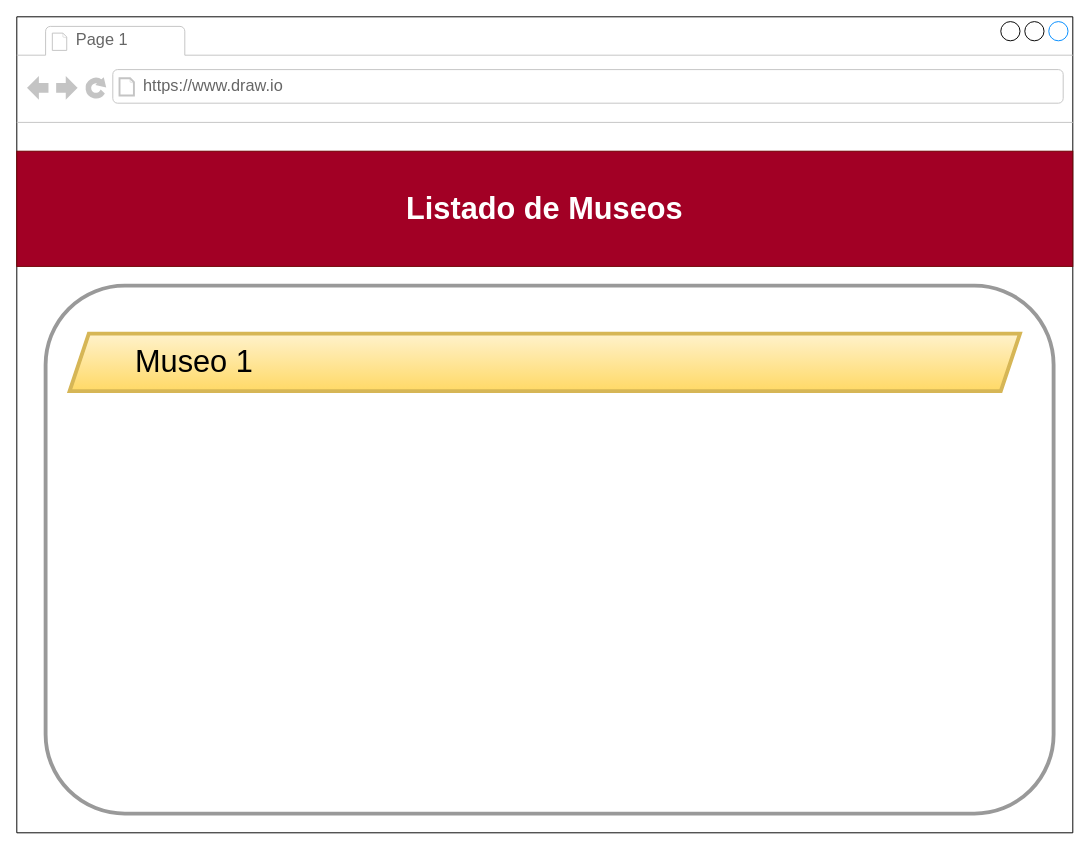
The draw.io diagram Untitled Diagram.drawio in CharlyMoraUA/git_flow_practice, before the edit. Source tidied: cells renumbered, new cells numbered last; positions are measured from the earlier drawing's top-left corner, leaving out a move shared by most shapes. Both pictures are drawn from the tidied source at 96%, with x=0, y=0 at pixel (16, 16).
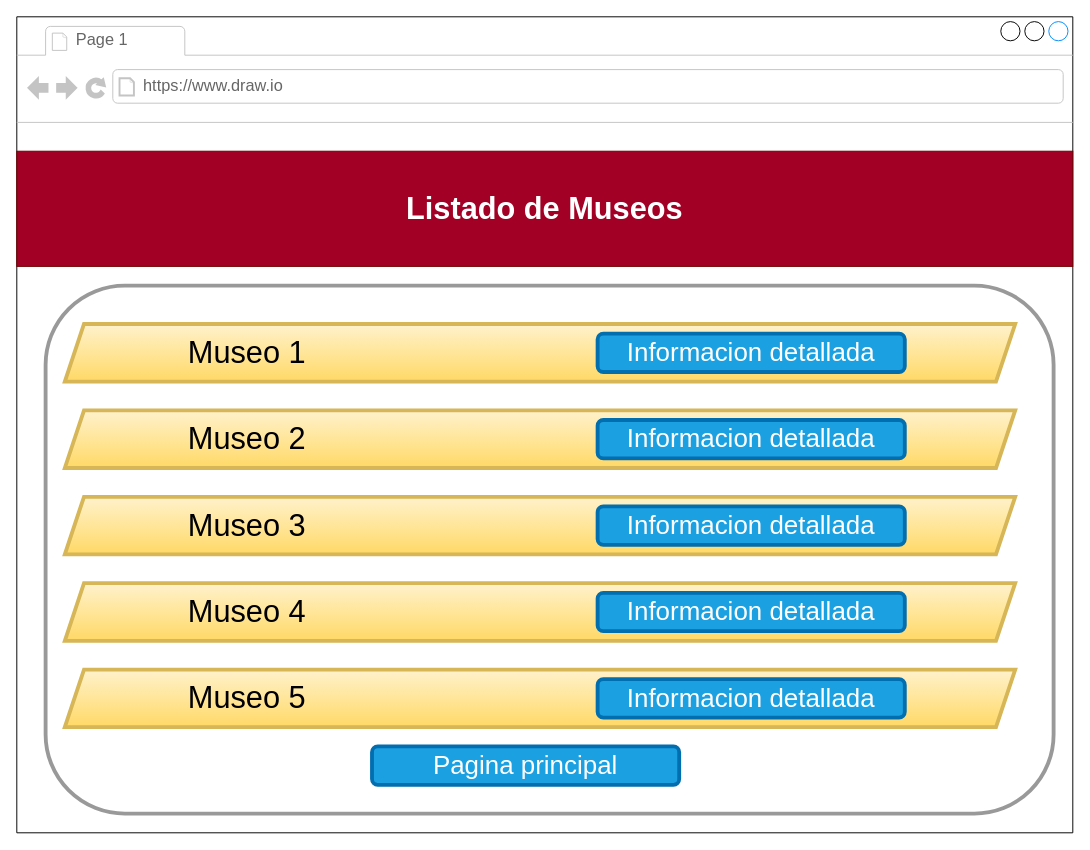
The same diagram, later.

Unchanged cells that the change refers to:
```xml
<mxCell id="2" style="strokeWidth=1;shadow=0;dashed=0;align=center;html=1;shape=mxgraph.mockup.containers.browserWindow;rSize=0;strokeColor2=#008cff;strokeColor3=#c4c4c4;mainText=,;fontSize=21;" parent="1" vertex="1">
  <mxGeometry width="1100" height="850" as="geometry" />
</mxCell>
```

Diff of the diagram source:
```diff
@@
+    <mxCell id="9" style="group;" parent="2" vertex="1">
+      <mxGeometry x="50" y="320" width="990" height="60" as="geometry" />
+    </mxCell>
-    <mxCell id="7" style="shape=parallelogram;perimeter=parallelogramPerimeter;whiteSpace=wrap;html=1;fixedSize=1;rounded=0;shadow=0;glass=0;sketch=0;fontFamily=Helvetica;fontSize=32;strokeWidth=4;fillColor=#fff2cc;strokeColor=#d6b656;gradientColor=#ffd966;" parent="2" vertex="1">
-      <mxGeometry x="55" y="330" width="990" height="60" as="geometry" />
+    <mxCell id="7" style="shape=parallelogram;perimeter=parallelogramPerimeter;whiteSpace=wrap;html=1;fixedSize=1;rounded=0;shadow=0;glass=0;sketch=0;fontFamily=Helvetica;fontSize=32;strokeWidth=4;fillColor=#fff2cc;strokeColor=#d6b656;gradientColor=#ffd966;" parent="9" vertex="1">
+      <mxGeometry width="990" height="60" as="geometry" />
     </mxCell>
-    <mxCell id="8" value="Museo 1" style="text;html=1;strokeColor=none;fillColor=none;align=center;verticalAlign=middle;whiteSpace=wrap;rounded=0;shadow=0;glass=0;sketch=0;fontFamily=Helvetica;fontSize=32;fontColor=default;opacity=40;" parent="2" vertex="1">
-      <mxGeometry x="80" y="345" width="210" height="30" as="geometry" />
+    <mxCell id="8" value="Museo 1" style="text;html=1;strokeColor=none;fillColor=none;align=center;verticalAlign=middle;whiteSpace=wrap;rounded=0;shadow=0;glass=0;sketch=0;fontFamily=Helvetica;fontSize=32;fontColor=default;opacity=40;" parent="9" vertex="1">
+      <mxGeometry x="85" y="15" width="210" height="30" as="geometry" />
     </mxCell>
+    <mxCell id="10" value="Informacion detallada" style="rounded=1;whiteSpace=wrap;html=1;shadow=0;glass=0;sketch=0;fontFamily=Helvetica;fontSize=27;strokeWidth=4;fillColor=#1ba1e2;strokeColor=#006EAF;fontColor=#ffffff;" parent="9" vertex="1">
+      <mxGeometry x="555" y="10" width="320" height="40" as="geometry" />
+    </mxCell>
+    <mxCell id="11" style="group;" parent="2" vertex="1">
+      <mxGeometry x="50" y="410" width="990" height="60" as="geometry" />
+    </mxCell>
+    <mxCell id="12" style="shape=parallelogram;perimeter=parallelogramPerimeter;whiteSpace=wrap;html=1;fixedSize=1;rounded=0;shadow=0;glass=0;sketch=0;fontFamily=Helvetica;fontSize=32;strokeWidth=4;fillColor=#fff2cc;strokeColor=#d6b656;gradientColor=#ffd966;" parent="11" vertex="1">
+      <mxGeometry width="990" height="60" as="geometry" />
+    </mxCell>
+    <mxCell id="13" value="Museo 2" style="text;html=1;strokeColor=none;fillColor=none;align=center;verticalAlign=middle;whiteSpace=wrap;rounded=0;shadow=0;glass=0;sketch=0;fontFamily=Helvetica;fontSize=32;fontColor=default;opacity=40;" parent="11" vertex="1">
+      <mxGeometry x="85" y="15" width="210" height="30" as="geometry" />
+    </mxCell>
+    <mxCell id="14" value="Informacion detallada" style="rounded=1;whiteSpace=wrap;html=1;shadow=0;glass=0;sketch=0;fontFamily=Helvetica;fontSize=27;strokeWidth=4;fillColor=#1ba1e2;strokeColor=#006EAF;fontColor=#ffffff;" parent="11" vertex="1">
+      <mxGeometry x="555" y="10" width="320" height="40" as="geometry" />
+    </mxCell>
+    <mxCell id="15" style="group;" parent="2" vertex="1">
+      <mxGeometry x="50" y="500" width="990" height="60" as="geometry" />
+    </mxCell>
+    <mxCell id="16" style="shape=parallelogram;perimeter=parallelogramPerimeter;whiteSpace=wrap;html=1;fixedSize=1;rounded=0;shadow=0;glass=0;sketch=0;fontFamily=Helvetica;fontSize=32;strokeWidth=4;fillColor=#fff2cc;strokeColor=#d6b656;gradientColor=#ffd966;" parent="15" vertex="1">
+      <mxGeometry width="990" height="60" as="geometry" />
+    </mxCell>
+    <mxCell id="17" value="Museo 3" style="text;html=1;strokeColor=none;fillColor=none;align=center;verticalAlign=middle;whiteSpace=wrap;rounded=0;shadow=0;glass=0;sketch=0;fontFamily=Helvetica;fontSize=32;fontColor=default;opacity=40;" parent="15" vertex="1">
+      <mxGeometry x="85" y="15" width="210" height="30" as="geometry" />
+    </mxCell>
+    <mxCell id="18" value="Informacion detallada" style="rounded=1;whiteSpace=wrap;html=1;shadow=0;glass=0;sketch=0;fontFamily=Helvetica;fontSize=27;strokeWidth=4;fillColor=#1ba1e2;strokeColor=#006EAF;fontColor=#ffffff;" parent="15" vertex="1">
+      <mxGeometry x="555" y="10" width="320" height="40" as="geometry" />
+    </mxCell>
+    <mxCell id="19" style="group;" parent="2" vertex="1">
+      <mxGeometry x="50" y="590" width="990" height="60" as="geometry" />
+    </mxCell>
+    <mxCell id="20" style="shape=parallelogram;perimeter=parallelogramPerimeter;whiteSpace=wrap;html=1;fixedSize=1;rounded=0;shadow=0;glass=0;sketch=0;fontFamily=Helvetica;fontSize=32;strokeWidth=4;fillColor=#fff2cc;strokeColor=#d6b656;gradientColor=#ffd966;" parent="19" vertex="1">
+      <mxGeometry width="990" height="60" as="geometry" />
+    </mxCell>
+    <mxCell id="21" value="Museo 4" style="text;html=1;strokeColor=none;fillColor=none;align=center;verticalAlign=middle;whiteSpace=wrap;rounded=0;shadow=0;glass=0;sketch=0;fontFamily=Helvetica;fontSize=32;fontColor=default;opacity=40;" parent="19" vertex="1">
+      <mxGeometry x="85" y="15" width="210" height="30" as="geometry" />
+    </mxCell>
+    <mxCell id="22" value="Informacion detallada" style="rounded=1;whiteSpace=wrap;html=1;shadow=0;glass=0;sketch=0;fontFamily=Helvetica;fontSize=27;strokeWidth=4;fillColor=#1ba1e2;strokeColor=#006EAF;fontColor=#ffffff;" parent="19" vertex="1">
+      <mxGeometry x="555" y="10" width="320" height="40" as="geometry" />
+    </mxCell>
+    <mxCell id="23" style="group;" parent="2" vertex="1">
+      <mxGeometry x="50" y="680" width="990" height="60" as="geometry" />
+    </mxCell>
+    <mxCell id="24" style="shape=parallelogram;perimeter=parallelogramPerimeter;whiteSpace=wrap;html=1;fixedSize=1;rounded=0;shadow=0;glass=0;sketch=0;fontFamily=Helvetica;fontSize=32;strokeWidth=4;fillColor=#fff2cc;strokeColor=#d6b656;gradientColor=#ffd966;" parent="23" vertex="1">
+      <mxGeometry width="990" height="60" as="geometry" />
+    </mxCell>
+    <mxCell id="25" value="Museo 5" style="text;html=1;strokeColor=none;fillColor=none;align=center;verticalAlign=middle;whiteSpace=wrap;rounded=0;shadow=0;glass=0;sketch=0;fontFamily=Helvetica;fontSize=32;fontColor=default;opacity=40;" parent="23" vertex="1">
+      <mxGeometry x="85" y="15" width="210" height="30" as="geometry" />
+    </mxCell>
+    <mxCell id="26" value="Informacion detallada" style="rounded=1;whiteSpace=wrap;html=1;shadow=0;glass=0;sketch=0;fontFamily=Helvetica;fontSize=27;strokeWidth=4;fillColor=#1ba1e2;strokeColor=#006EAF;fontColor=#ffffff;" parent="23" vertex="1">
+      <mxGeometry x="555" y="10" width="320" height="40" as="geometry" />
+    </mxCell>
+    <mxCell id="27" value="Pagina principal" style="rounded=1;whiteSpace=wrap;html=1;shadow=0;glass=0;sketch=0;fontFamily=Helvetica;fontSize=27;strokeWidth=4;fillColor=#1ba1e2;strokeColor=#006EAF;fontColor=#ffffff;" parent="2" vertex="1">
+      <mxGeometry x="370" y="760" width="320" height="40" as="geometry" />
+    </mxCell>
```
